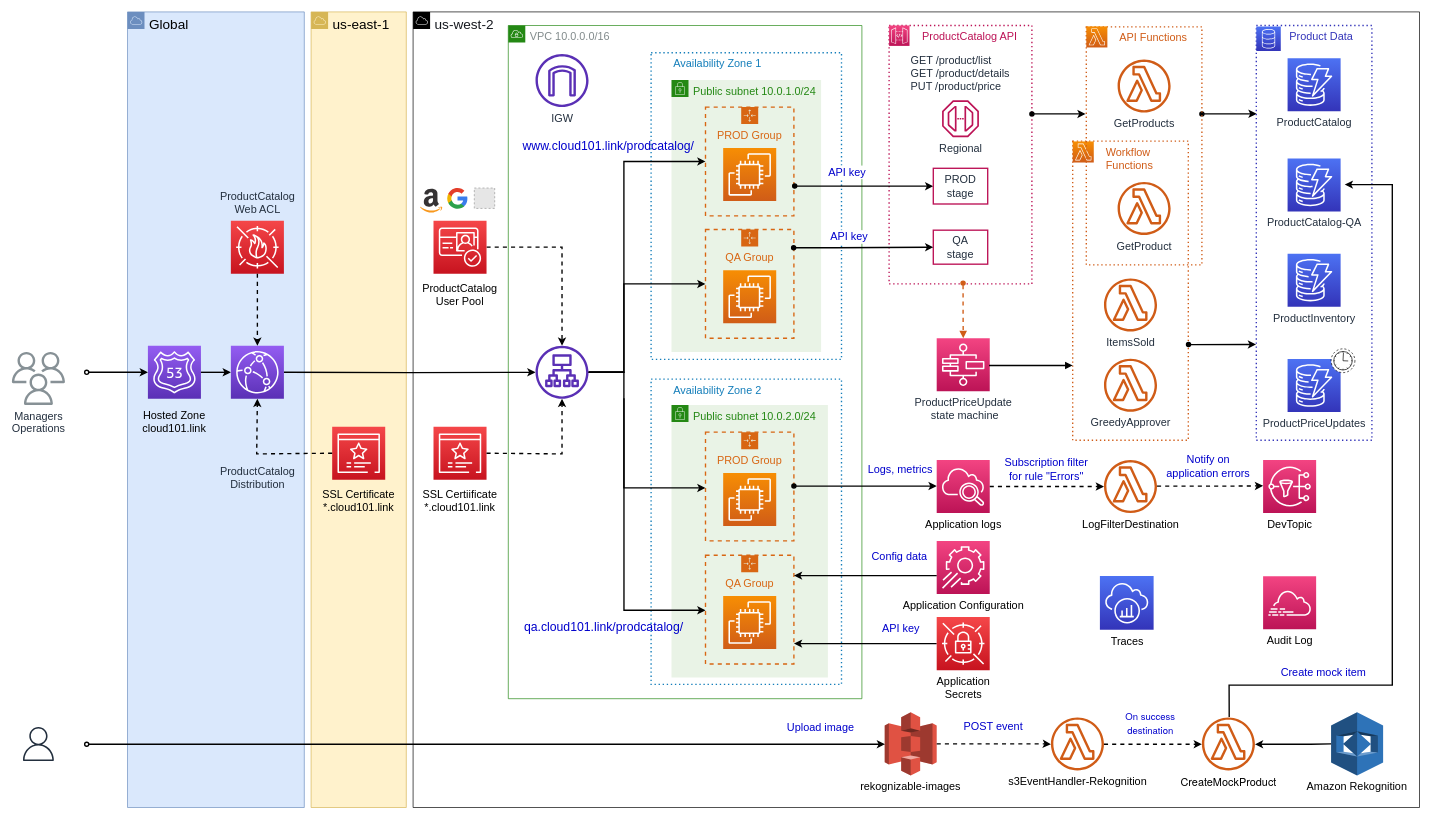
realokun/aws keeps this draw.io diagram as diagrams/ProductCatalogArch.drawio. Above is the earlier version. Source tidied: cells renumbered, new cells numbered last; positions are measured from the earlier drawing's top-left corner, leaving out a move shared by most shapes. Both pictures are drawn from the tidied source at 68%, with x=0, y=0 at pixel (12, 12). Pictures stored in the file or linked from it are replaced by grey dashed boxes.
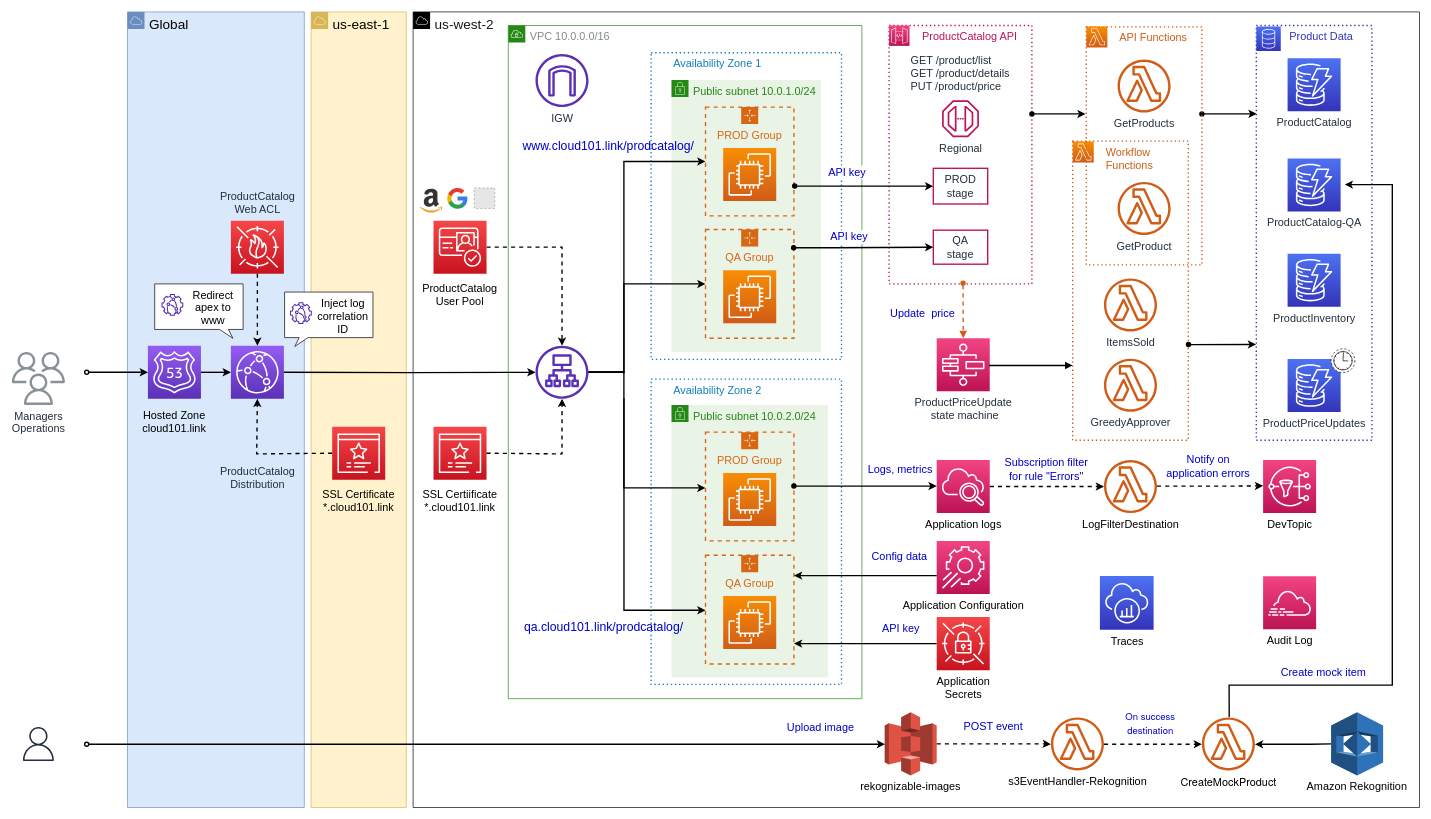
Above is the later version.

Commit message (it also covers changes not shown here):
Added Amazon CloudFront functions

Unchanged cells that the change refers to:
```xml
<mxCell id="48" style="edgeStyle=orthogonalEdgeStyle;html=1;endArrow=block;elbow=vertical;startArrow=oval;endFill=1;rounded=0;fontSize=16;fontColor=#D05C17;strokeColor=#D05C17;startFill=1;strokeWidth=2;entryX=0.5;entryY=0;entryDx=0;entryDy=0;entryPerimeter=0;exitX=0.518;exitY=0.997;exitDx=0;exitDy=0;exitPerimeter=0;dashed=1;" parent="1" edge="1" source="6" target="47">
  <mxGeometry relative="1" as="geometry" />
</mxCell>
```

The edit, as a diff of the source:
```diff
@@
+    <mxCell id="107" value="&lt;font style=&quot;font-size: 16px;&quot; color=&quot;#0000CC&quot;&gt;Update&amp;nbsp; price&lt;/font&gt;" style="edgeLabel;html=1;align=center;verticalAlign=middle;spacingLeft=-125;fontSize=16;" parent="48" vertex="1">
+      <mxGeometry x="0.08" y="2" relative="1" as="geometry" />
+    </mxCell>
@@
+    <mxCell id="108" style="group;" parent="1" vertex="1">
+      <mxGeometry x="210" y="400" width="130" height="80" as="geometry" />
+    </mxCell>
+    <mxCell id="109" value="Redirect apex to www" style="whiteSpace=wrap;html=1;shape=mxgraph.basic.rectCallout;dx=28;dy=13;boundedLbl=1;fontSize=16;fontColor=#000000;flipV=0;flipH=1;spacingLeft=42;spacingTop=3;" parent="108" vertex="1">
+      <mxGeometry width="130" height="80" as="geometry" />
+    </mxCell>
+    <mxCell id="110" style="sketch=0;fontColor=#232F3E;gradientColor=none;fillColor=#4D27AA;strokeColor=none;dashed=0;verticalLabelPosition=bottom;verticalAlign=top;align=center;html=1;fontSize=12;fontStyle=0;shape=mxgraph.aws4.cloudfront_functions;" parent="108" vertex="1">
+      <mxGeometry x="10" y="15" width="32" height="32" as="geometry" />
+    </mxCell>
+    <mxCell id="111" style="group;fontSize=12;" parent="1" vertex="1">
+      <mxGeometry x="401" y="412" width="130" height="80" as="geometry" />
+    </mxCell>
+    <mxCell id="112" value="Inject log correlation ID" style="whiteSpace=wrap;html=1;shape=mxgraph.basic.rectCallout;dx=28;dy=13;boundedLbl=1;fontSize=16;fontColor=#000000;flipV=0;flipH=0;spacingLeft=42;spacingTop=3;" parent="111" vertex="1">
+      <mxGeometry width="130" height="80" as="geometry" />
+    </mxCell>
+    <mxCell id="113" style="sketch=0;fontColor=#232F3E;gradientColor=none;fillColor=#4D27AA;strokeColor=none;dashed=0;verticalLabelPosition=bottom;verticalAlign=top;align=center;html=1;fontSize=12;fontStyle=0;shape=mxgraph.aws4.cloudfront_functions;" parent="111" vertex="1">
+      <mxGeometry x="8" y="15" width="32" height="32" as="geometry" />
+    </mxCell>
```
